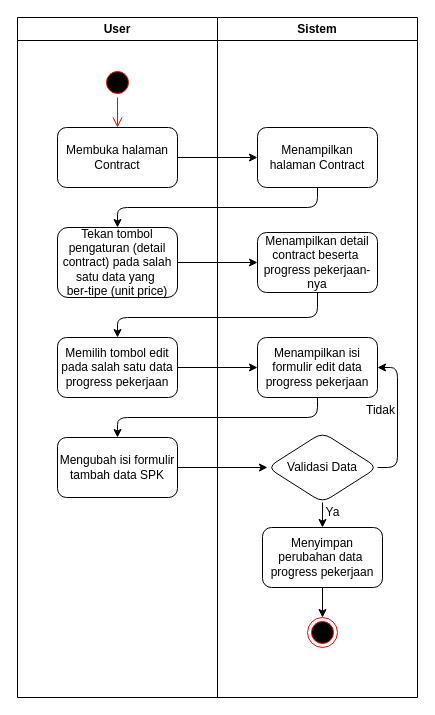
Earlier version of the draw.io diagram contract/editprogresspekerjaan(unit-price).drawio (rismanrhz/idms). Source tidied: cells renumbered, new cells numbered last; positions are measured from the earlier drawing's top-left corner, leaving out a move shared by most shapes. Both pictures are drawn from the tidied source at 100%, with x=0, y=0 at pixel (17, 17).
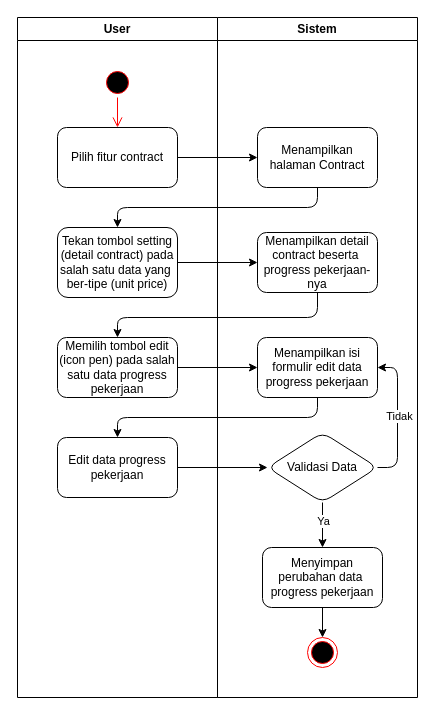
Above is the later version.

The change refers to these unchanged cells:
```xml
<mxCell id="2" value="User" style="swimlane;whiteSpace=wrap;html=1;" parent="1" vertex="1">
  <mxGeometry width="200" height="680" as="geometry" />
</mxCell>
<mxCell id="9" value="Sistem" style="swimlane;whiteSpace=wrap;html=1;" parent="1" vertex="1">
  <mxGeometry x="200" width="200" height="680" as="geometry" />
</mxCell>
<mxCell id="13" style="edgeStyle=none;html=1;entryX=1;entryY=0.5;entryDx=0;entryDy=0;" parent="9" edge="1" source="15" target="12">
  <mxGeometry relative="1" as="geometry">
    <Array as="points">
      <mxPoint x="180" y="450" />
      <mxPoint x="180" y="350" />
    </Array>
  </mxGeometry>
</mxCell>
<mxCell id="14" style="edgeStyle=none;html=1;" parent="9" edge="1" source="15" target="17">
  <mxGeometry relative="1" as="geometry" />
</mxCell>
```

Diff of the diagram source:
```diff
@@
-    <mxCell id="4" value="Membuka halaman Contract" style="rounded=1;whiteSpace=wrap;html=1;" parent="2" vertex="1">
+    <mxCell id="4" value="Pilih fitur contract" style="rounded=1;whiteSpace=wrap;html=1;" parent="2" vertex="1">
       <mxGeometry x="40" y="110" width="120" height="60" as="geometry" />
     </mxCell>
@@
-    <mxCell id="6" value="Tekan tombol pengaturan (detail contract) pada salah satu data yang&amp;nbsp;&lt;div&gt;ber-tipe (unit price)&lt;/div&gt;" style="rounded=1;whiteSpace=wrap;html=1;" parent="2" vertex="1">
+    <mxCell id="6" value="Tekan tombol setting (detail contract) pada salah satu data yang&amp;nbsp;&lt;div&gt;ber-tipe (unit price)&lt;/div&gt;" style="rounded=1;whiteSpace=wrap;html=1;" parent="2" vertex="1">
       <mxGeometry x="40" y="210" width="120" height="70" as="geometry" />
     </mxCell>
-    <mxCell id="7" value="Memilih tombol edit pada salah satu data progress pekerjaan" style="rounded=1;whiteSpace=wrap;html=1;" parent="2" vertex="1">
+    <mxCell id="7" value="Memilih tombol edit (icon pen) pada salah satu data progress pekerjaan" style="rounded=1;whiteSpace=wrap;html=1;" parent="2" vertex="1">
       <mxGeometry x="40" y="320" width="120" height="60" as="geometry" />
     </mxCell>
-    <mxCell id="8" value="Mengubah isi formulir tambah data SPK" style="rounded=1;whiteSpace=wrap;html=1;" parent="2" vertex="1">
+    <mxCell id="8" value="Edit data progress pekerjaan" style="rounded=1;whiteSpace=wrap;html=1;" parent="2" vertex="1">
       <mxGeometry x="40" y="420" width="120" height="60" as="geometry" />
     </mxCell>
@@
+    <mxCell id="27" value="Tidak" style="edgeLabel;html=1;align=center;verticalAlign=middle;" parent="13" vertex="1">
+      <mxGeometry x="0.03" y="-1" relative="1" as="geometry" />
+    </mxCell>
@@
+    <mxCell id="18" value="Ya" style="edgeLabel;html=1;align=center;verticalAlign=middle;" parent="14" vertex="1">
+      <mxGeometry x="-0.22" relative="1" as="geometry" />
+    </mxCell>
@@
     <mxCell id="17" value="Menyimpan perubahan data&amp;nbsp;&lt;div&gt;progress pekerjaan&lt;/div&gt;" style="rounded=1;whiteSpace=wrap;html=1;" parent="9" vertex="1">
-      <mxGeometry x="45" y="510" width="120" height="60" as="geometry" />
+      <mxGeometry x="45" y="530" width="120" height="60" as="geometry" />
     </mxCell>
-    <mxCell id="18" value="Ya" style="text;html=1;align=center;verticalAlign=middle;strokeColor=none;fillColor=none;" parent="9" vertex="1">
-      <mxGeometry x="95" y="480" width="40" height="30" as="geometry" />
-    </mxCell>
     <mxCell id="19" style="ellipse;html=1;shape=endState;fillColor=#000000;strokeColor=#ff0000;" parent="9" vertex="1">
-      <mxGeometry x="90" y="600" width="30" height="30" as="geometry" />
+      <mxGeometry x="90" y="620" width="30" height="30" as="geometry" />
     </mxCell>
@@
-    <mxCell id="27" value="Tidak" style="text;html=1;align=center;verticalAlign=middle;strokeColor=none;fillColor=none;" parent="1" vertex="1">
-      <mxGeometry x="338" y="378" width="50" height="30" as="geometry" />
-    </mxCell>
```
